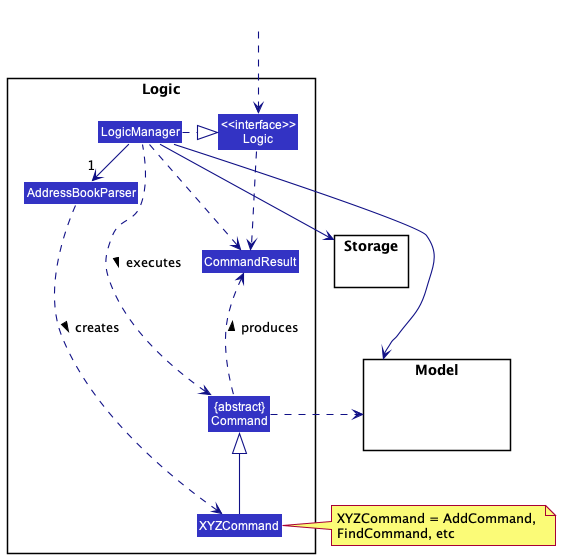
Above: docs/images/LogicClassDiagram.png in nus-cs2103-AY2223S2/tp (PlantUML), before the change.
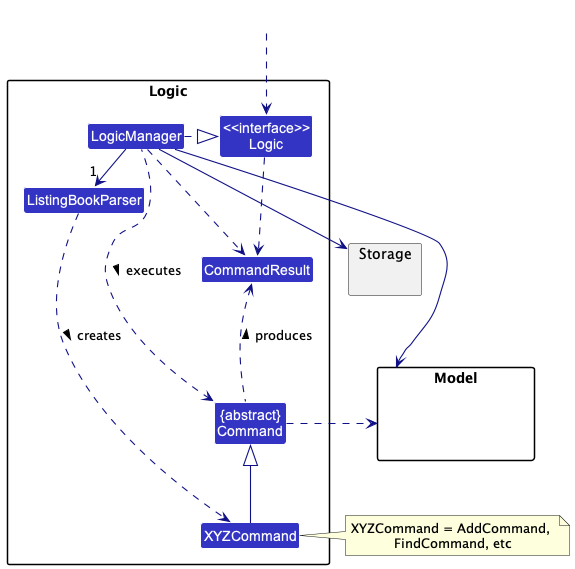
After the commit.

Commit message:
Add Logic Command in DG

What changed in the source:
```diff
@@ -6,7 +6,7 @@
 
 package Logic {
 
-Class AddressBookParser
+Class ListingBookParser
 Class XYZCommand
 Class CommandResult
 Class "{abstract}\nCommand" as Command
@@ -27,8 +27,8 @@
 HiddenOutside ..> Logic
 
 LogicManager .right.|> Logic
-LogicManager -right->"1" AddressBookParser
-AddressBookParser ..> XYZCommand : creates >
+LogicManager -right->"1" ListingBookParser
+ListingBookParser ..> XYZCommand : creates >
 
 XYZCommand -up-|> Command
 LogicManager .left.> Command : executes >
```
